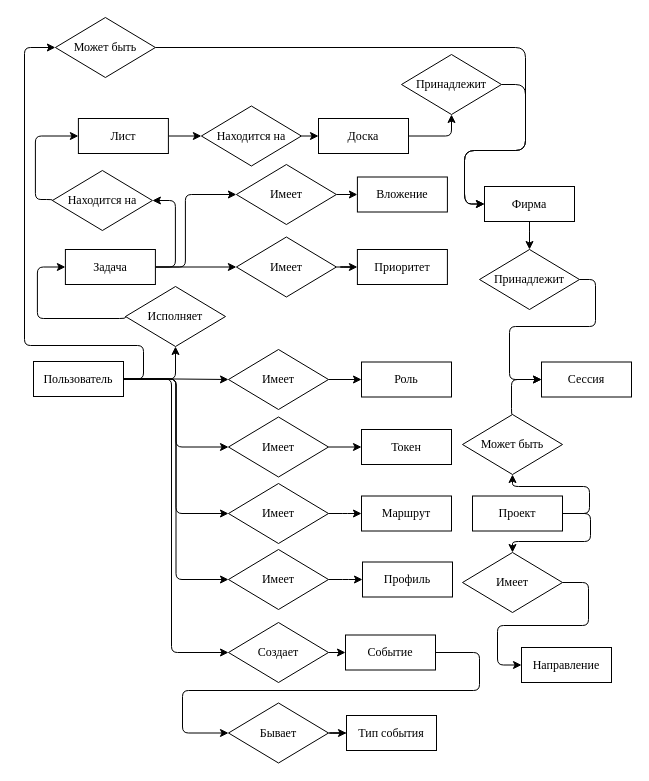
The draw.io diagram ER диаграмма.drawio in AvipoStar/EOIS-FRONT, before the edit. Source tidied: cells renumbered, new cells numbered last; positions are measured from the earlier drawing's top-left corner, leaving out a move shared by most shapes. Both pictures are drawn from the tidied source at 100%, with x=0, y=0 at pixel (24, 17).
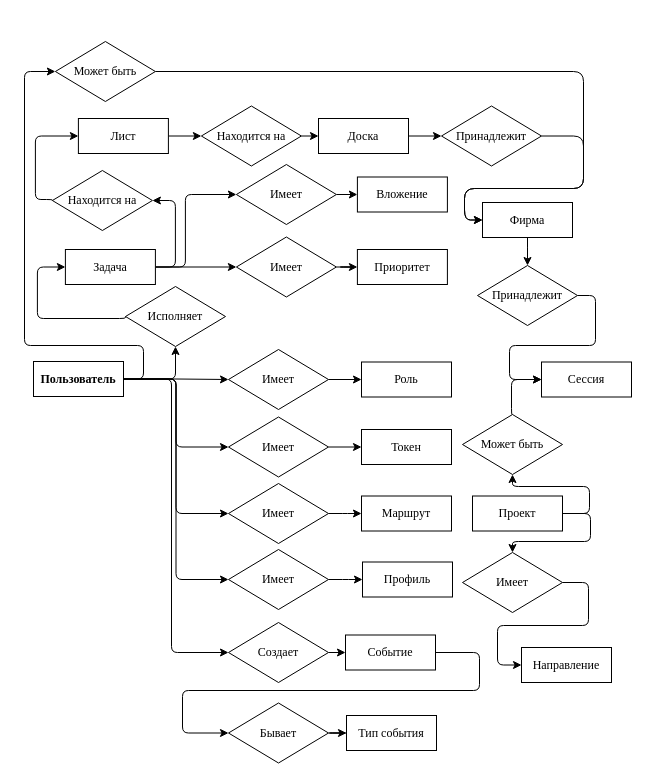
The same page after the edit.

The change refers to these unchanged cells:
```xml
<mxCell id="18" value="Сессия" style="rounded=0;fontFamily=Liberation Serif;strokeWidth=1;strokeColor=default;shadow=0;arcSize=12;verticalAlign=middle;labelBorderColor=none;textShadow=0;whiteSpace=wrap;html=1;" parent="1" vertex="1">
  <mxGeometry x="517" y="344.5" width="90" height="35" as="geometry" />
</mxCell>
<mxCell id="20" value="Доска" style="rounded=0;fontFamily=Liberation Serif;strokeWidth=1;strokeColor=default;shadow=0;arcSize=12;verticalAlign=middle;labelBorderColor=none;textShadow=0;whiteSpace=wrap;html=1;" parent="1" vertex="1">
  <mxGeometry x="294" y="101" width="90" height="35" as="geometry" />
</mxCell>
```

Diff of the diagram source:
```diff
@@
     <mxCell id="8" style="edgeStyle=orthogonalEdgeStyle;jettySize=auto;entryX=0;entryY=0.5;entryDx=0;entryDy=0;fontFamily=Liberation Serif;exitX=1;exitY=0.5;exitDx=0;exitDy=0;strokeWidth=1;strokeColor=default;shadow=0;arcSize=12;verticalAlign=middle;labelBorderColor=none;textShadow=0;html=1;" parent="1" edge="1" source="9" target="65">
       <mxGeometry relative="1" as="geometry">
         <Array as="points">
           <mxPoint x="119" y="362" />
           <mxPoint x="119" y="328" />
           <mxPoint y="328" />
-          <mxPoint y="30" />
+          <mxPoint y="54" />
         </Array>
       </mxGeometry>
     </mxCell>
-    <mxCell id="9" value="Пользователь" style="rounded=0;fontFamily=Liberation Serif;strokeWidth=1;strokeColor=default;shadow=0;arcSize=12;verticalAlign=middle;labelBorderColor=none;textShadow=0;whiteSpace=wrap;html=1;" parent="1" vertex="1">
+    <mxCell id="9" value="Пользователь" style="rounded=0;fontFamily=Liberation Serif;strokeWidth=1;strokeColor=default;shadow=0;arcSize=12;verticalAlign=middle;labelBorderColor=none;textShadow=0;whiteSpace=wrap;html=1;fontSize=12;fontStyle=1;" parent="1" vertex="1">
       <mxGeometry x="9" y="344" width="90" height="35" as="geometry" />
     </mxCell>
@@
     <mxCell id="13" value="Фирма" style="rounded=0;fontFamily=Liberation Serif;strokeWidth=1;strokeColor=default;shadow=0;arcSize=12;verticalAlign=middle;labelBorderColor=none;textShadow=0;whiteSpace=wrap;html=1;" parent="1" vertex="1">
-      <mxGeometry x="460" y="169" width="90" height="35" as="geometry" />
+      <mxGeometry x="458" y="185" width="90" height="35" as="geometry" />
     </mxCell>
@@
-    <mxCell id="19" style="edgeStyle=orthogonalEdgeStyle;jettySize=auto;entryX=0.5;entryY=1;entryDx=0;entryDy=0;fontFamily=Liberation Serif;exitX=1;exitY=0.5;exitDx=0;exitDy=0;strokeWidth=1;strokeColor=default;shadow=0;arcSize=12;verticalAlign=middle;labelBorderColor=none;textShadow=0;html=1;" parent="1" edge="1" source="20" target="49">
+    <mxCell id="19" style="edgeStyle=orthogonalEdgeStyle;jettySize=auto;entryX=0;entryY=0.5;entryDx=0;entryDy=0;fontFamily=Liberation Serif;exitX=1;exitY=0.5;exitDx=0;exitDy=0;strokeWidth=1;strokeColor=default;shadow=0;arcSize=12;verticalAlign=middle;labelBorderColor=none;textShadow=0;html=1;" parent="1" edge="1" source="20" target="49">
       <mxGeometry relative="1" as="geometry" />
     </mxCell>
@@
     <mxCell id="48" style="edgeStyle=orthogonalEdgeStyle;jettySize=auto;html=1;entryX=0;entryY=0.5;entryDx=0;entryDy=0;exitX=1;exitY=0.5;exitDx=0;exitDy=0;" parent="1" edge="1" source="49" target="13">
       <mxGeometry relative="1" as="geometry">
         <Array as="points">
-          <mxPoint x="501" y="67" />
-          <mxPoint x="501" y="133" />
-          <mxPoint x="440" y="133" />
-          <mxPoint x="440" y="187" />
+          <mxPoint x="559" y="119" />
+          <mxPoint x="559" y="171" />
+          <mxPoint x="440" y="171" />
+          <mxPoint x="440" y="203" />
+          <mxPoint x="458" y="203" />
         </Array>
       </mxGeometry>
     </mxCell>
     <mxCell id="49" value="Принадлежит" style="rhombus;fontFamily=Liberation Serif;strokeWidth=1;strokeColor=default;shadow=0;arcSize=12;verticalAlign=middle;labelBorderColor=none;textShadow=0;whiteSpace=wrap;html=1;" parent="1" vertex="1">
-      <mxGeometry x="377" y="37" width="100" height="60" as="geometry" />
+      <mxGeometry x="417" y="88.5" width="100" height="60" as="geometry" />
     </mxCell>
     <mxCell id="50" style="edgeStyle=orthogonalEdgeStyle;jettySize=auto;entryX=0;entryY=0.5;entryDx=0;entryDy=0;exitX=1;exitY=0.5;exitDx=0;exitDy=0;fontFamily=Liberation Serif;strokeWidth=1;strokeColor=default;shadow=0;arcSize=12;verticalAlign=middle;labelBorderColor=none;textShadow=0;html=1;" parent="1" edge="1" source="51" target="18">
       <mxGeometry relative="1" as="geometry">
         <Array as="points">
-          <mxPoint x="571" y="262" />
-          <mxPoint x="571" y="309" />
-          <mxPoint x="485" y="309" />
+          <mxPoint x="571" y="278" />
+          <mxPoint x="571" y="328" />
+          <mxPoint x="485" y="328" />
           <mxPoint x="485" y="362" />
         </Array>
       </mxGeometry>
     </mxCell>
     <mxCell id="51" value="Принадлежит" style="rhombus;fontFamily=Liberation Serif;strokeWidth=1;strokeColor=default;shadow=0;arcSize=12;verticalAlign=middle;labelBorderColor=none;textShadow=0;whiteSpace=wrap;html=1;" parent="1" vertex="1">
-      <mxGeometry x="455" y="232" width="100" height="60" as="geometry" />
+      <mxGeometry x="453" y="248" width="100" height="60" as="geometry" />
     </mxCell>
@@
     <mxCell id="64" style="edgeStyle=orthogonalEdgeStyle;jettySize=auto;html=1;entryX=0;entryY=0.5;entryDx=0;entryDy=0;exitX=1;exitY=0.5;exitDx=0;exitDy=0;" parent="1" edge="1" source="65" target="13">
       <mxGeometry relative="1" as="geometry">
         <Array as="points">
-          <mxPoint x="501" y="30" />
-          <mxPoint x="501" y="133" />
-          <mxPoint x="440" y="133" />
-          <mxPoint x="440" y="187" />
+          <mxPoint x="559" y="54" />
+          <mxPoint x="559" y="171" />
+          <mxPoint x="440" y="171" />
+          <mxPoint x="440" y="203" />
+          <mxPoint x="458" y="203" />
         </Array>
       </mxGeometry>
     </mxCell>
     <mxCell id="65" value="Может быть" style="rhombus;fontFamily=Liberation Serif;strokeWidth=1;strokeColor=default;shadow=0;arcSize=12;verticalAlign=middle;labelBorderColor=none;textShadow=0;whiteSpace=wrap;html=1;" parent="1" vertex="1">
-      <mxGeometry x="30.9" width="100" height="60" as="geometry" />
+      <mxGeometry x="30.9" y="24" width="100" height="60" as="geometry" />
     </mxCell>
```
